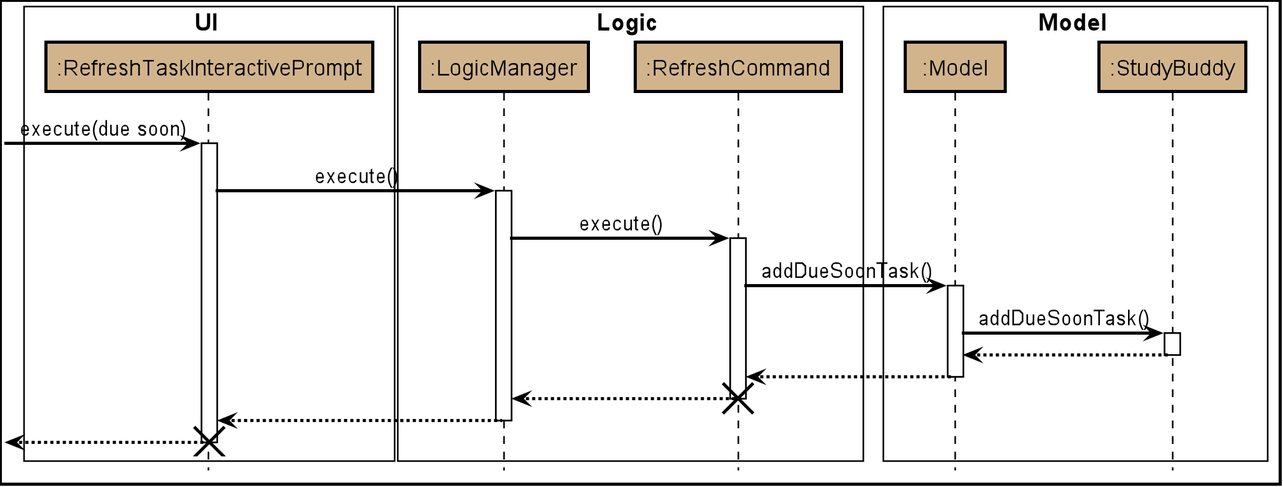
Before: images/DueSoonSequenceDiagram.png, a diagram exported from PlantUML (AY1920S2-CS2103T-W16-3/main).
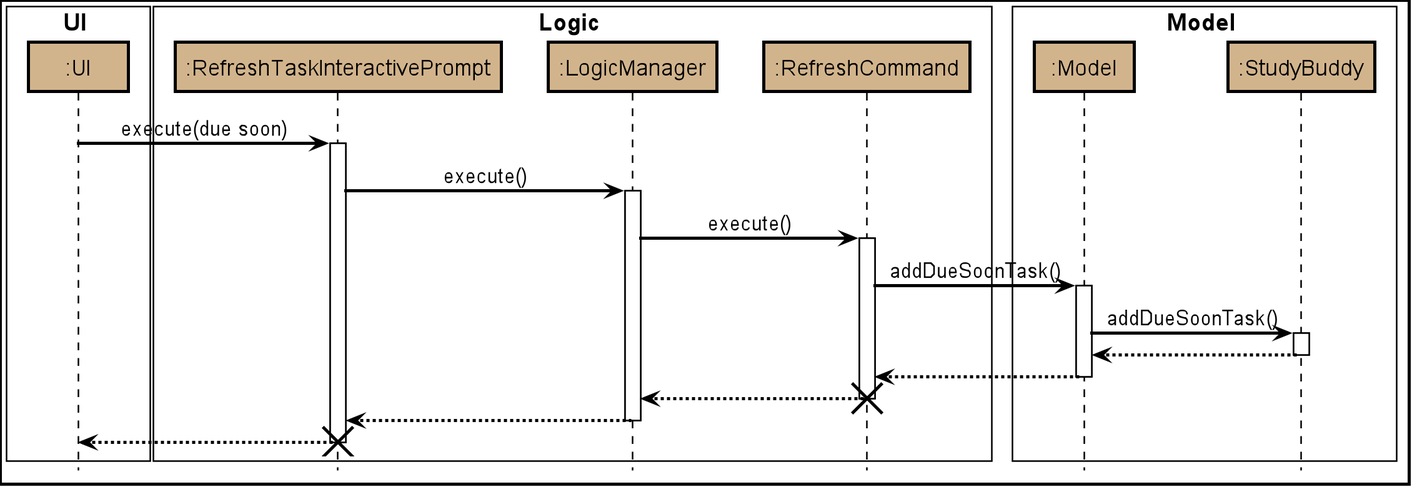
The same file after the commit.

Change to the diagram source:
```diff
@@ -59,10 +59,11 @@
 
 
 box UI #FFFFFF
-participant ":RefreshTaskInteractivePrompt" as RefreshTaskInteractivePrompt #D2B48C
+participant ":UI" as UI #D2B48C
 end box
 
 box Logic #FFFFFF
+participant ":RefreshTaskInteractivePrompt" as RefreshTaskInteractivePrompt #D2B48C
 participant ":LogicManager" as LogicManager #D2B48C
 participant ":RefreshCommand" as RefreshCommand #D2B48C
 end box
@@ -72,7 +73,7 @@
 participant ":StudyBuddy" as StudyBuddy #D2B48C
 end box
 
-[-> RefreshTaskInteractivePrompt : execute(due soon)
+UI-> RefreshTaskInteractivePrompt : execute(due soon)
 activate RefreshTaskInteractivePrompt
 
 RefreshTaskInteractivePrompt -> LogicManager : execute()
@@ -100,7 +101,7 @@
 LogicManager --> RefreshTaskInteractivePrompt
 deactivate LogicManager
 
-[<--RefreshTaskInteractivePrompt
+UI<--RefreshTaskInteractivePrompt
 deactivate RefreshTaskInteractivePrompt
 destroy RefreshTaskInteractivePrompt
 
```
